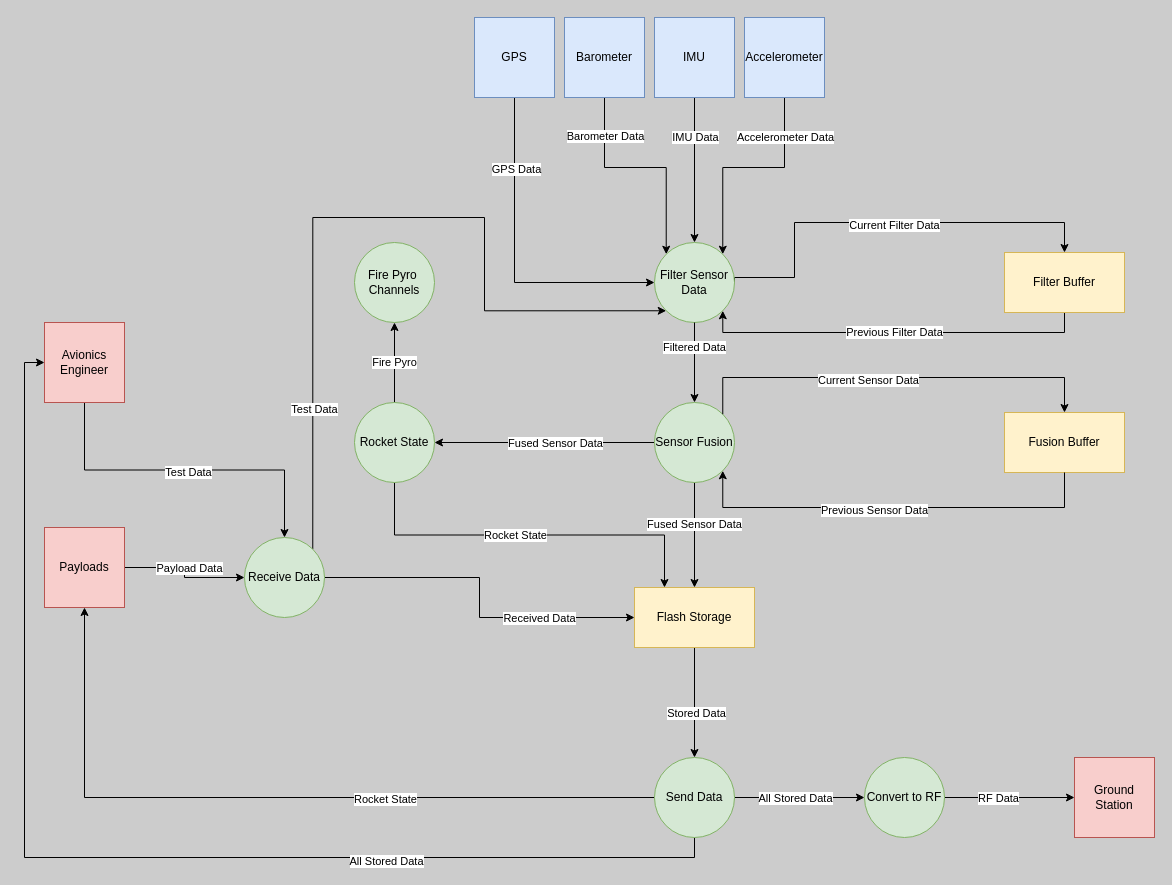
Earlier version of the draw.io diagram page "Data Flow - 1" (3 of 3) of Untitled Diagram.drawio (ckeer0/Personal-Projects). Source tidied: cells renumbered, new cells numbered last; positions are measured from the earlier drawing's top-left corner, leaving out a move shared by most shapes. Both pictures are drawn from the tidied source at 100%, with x=0, y=0 at pixel (44, 17).
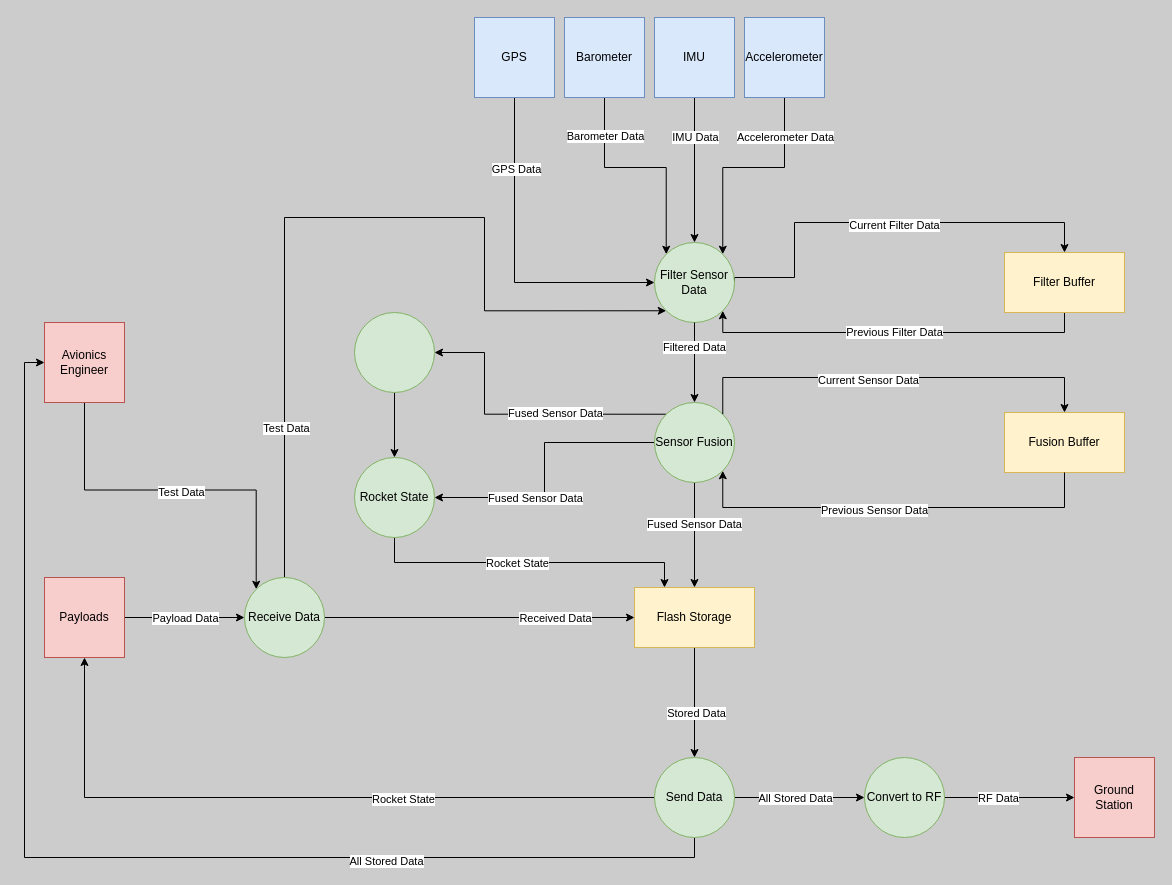
The same diagram, later.

The change refers to these unchanged cells:
```xml
<mxCell id="8" value="Filter Sensor Data" style="ellipse;whiteSpace=wrap;html=1;fillColor=#d5e8d4;strokeColor=#82b366;" parent="1" vertex="1">
  <mxGeometry x="610" y="225" width="80" height="80" as="geometry" />
</mxCell>
<mxCell id="11" style="edgeStyle=orthogonalEdgeStyle;rounded=0;jettySize=auto;html=1;exitX=0;exitY=0.5;exitDx=0;exitDy=0;entryX=1;entryY=0.5;entryDx=0;entryDy=0;" parent="1" edge="1" source="13" target="47">
  <mxGeometry relative="1" as="geometry" />
</mxCell>
<mxCell id="13" value="Sensor Fusion" style="ellipse;whiteSpace=wrap;html=1;fillColor=#d5e8d4;strokeColor=#82b366;" parent="1" vertex="1">
  <mxGeometry x="610" y="385" width="80" height="80" as="geometry" />
</mxCell>
<mxCell id="50" value="Avionics Engineer" style="whiteSpace=wrap;html=1;fillColor=#f8cecc;strokeColor=#b85450;" parent="1" vertex="1">
  <mxGeometry y="305" width="80" height="80" as="geometry" />
</mxCell>
```

Diff of the diagram source:
```diff
@@
-    <mxCell id="2" style="edgeStyle=orthogonalEdgeStyle;rounded=0;jettySize=auto;html=1;exitX=0.5;exitY=1;exitDx=0;exitDy=0;entryX=0.5;entryY=0;entryDx=0;entryDy=0;" parent="1" edge="1" source="50" target="29">
+    <mxCell id="2" style="edgeStyle=orthogonalEdgeStyle;rounded=0;jettySize=auto;html=1;exitX=0.5;exitY=1;exitDx=0;exitDy=0;entryX=0;entryY=0;entryDx=0;entryDy=0;" parent="1" edge="1" source="50" target="29">
       <mxGeometry relative="1" as="geometry" />
     </mxCell>
@@
     <mxCell id="12" value="Fused Sensor Data" style="edgeLabel;html=1;align=center;verticalAlign=middle;" parent="11" vertex="1">
       <mxGeometry x="-0.28" relative="1" as="geometry">
-        <mxPoint x="-21" as="offset" />
+        <mxPoint x="-21" y="55" as="offset" />
       </mxGeometry>
     </mxCell>
+    <mxCell id="61" style="edgeStyle=orthogonalEdgeStyle;rounded=0;jettySize=auto;html=1;exitX=0;exitY=0;exitDx=0;exitDy=0;entryX=1;entryY=0.5;entryDx=0;entryDy=0;" parent="1" edge="1" source="13" target="63">
+      <mxGeometry relative="1" as="geometry">
+        <Array as="points">
+          <mxPoint x="440" y="397" />
+          <mxPoint x="440" y="335" />
+        </Array>
+      </mxGeometry>
+    </mxCell>
@@
-    <mxCell id="27" style="edgeStyle=orthogonalEdgeStyle;rounded=0;jettySize=auto;html=1;exitX=1;exitY=0;exitDx=0;exitDy=0;entryX=0;entryY=1;entryDx=0;entryDy=0;" parent="1" edge="1" source="29" target="8">
+    <mxCell id="27" style="edgeStyle=orthogonalEdgeStyle;rounded=0;jettySize=auto;html=1;exitX=0.5;exitY=0;exitDx=0;exitDy=0;entryX=0;entryY=1;entryDx=0;entryDy=0;" parent="1" edge="1" source="29" target="8">
       <mxGeometry relative="1" as="geometry">
         <Array as="points">
-          <mxPoint x="268" y="200" />
+          <mxPoint x="240" y="200" />
           <mxPoint x="440" y="200" />
           <mxPoint x="440" y="293" />
         </Array>
       </mxGeometry>
     </mxCell>
@@
     <mxCell id="29" value="Receive Data" style="ellipse;whiteSpace=wrap;html=1;fillColor=#d5e8d4;strokeColor=#82b366;" parent="1" vertex="1">
-      <mxGeometry x="200" y="520" width="80" height="80" as="geometry" />
+      <mxGeometry x="200" y="560" width="80" height="80" as="geometry" />
     </mxCell>
@@
-    <mxCell id="46" value="Fire Pyro" style="edgeStyle=orthogonalEdgeStyle;rounded=0;jettySize=auto;html=1;exitX=0.5;exitY=0;exitDx=0;exitDy=0;entryX=0.5;entryY=1;entryDx=0;entryDy=0;" parent="1" edge="1" source="47" target="57">
-      <mxGeometry relative="1" as="geometry" />
-    </mxCell>
     <mxCell id="47" value="Rocket State" style="ellipse;whiteSpace=wrap;html=1;fillColor=#d5e8d4;strokeColor=#82b366;" parent="1" vertex="1">
-      <mxGeometry x="310" y="385" width="80" height="80" as="geometry" />
+      <mxGeometry x="310" y="440" width="80" height="80" as="geometry" />
     </mxCell>
@@
     <mxCell id="49" value="Payloads" style="whiteSpace=wrap;html=1;fillColor=#f8cecc;strokeColor=#b85450;" parent="1" vertex="1">
-      <mxGeometry y="510" width="80" height="80" as="geometry" />
+      <mxGeometry y="560" width="80" height="80" as="geometry" />
     </mxCell>
@@
-    <mxCell id="57" value="Fire Pyro&amp;nbsp;&lt;br&gt;Channels" style="ellipse;whiteSpace=wrap;html=1;fillColor=#d5e8d4;strokeColor=#82b366;" parent="1" vertex="1">
-      <mxGeometry x="310" y="225" width="80" height="80" as="geometry" />
-    </mxCell>
@@
+    <mxCell id="62" style="edgeStyle=orthogonalEdgeStyle;rounded=0;jettySize=auto;html=1;exitX=0.5;exitY=1;exitDx=0;exitDy=0;entryX=0.5;entryY=0;entryDx=0;entryDy=0;" parent="1" edge="1" source="63" target="47">
+      <mxGeometry relative="1" as="geometry" />
+    </mxCell>
+    <mxCell id="63" style="ellipse;whiteSpace=wrap;html=1;fillColor=#d5e8d4;strokeColor=#82b366;" parent="1" vertex="1">
+      <mxGeometry x="310" y="295" width="80" height="80" as="geometry" />
+    </mxCell>
+    <mxCell id="64" value="Fused Sensor Data" style="edgeLabel;html=1;align=center;verticalAlign=middle;" parent="1" vertex="1">
+      <mxGeometry x="510" y="395" as="geometry" />
+    </mxCell>
```
